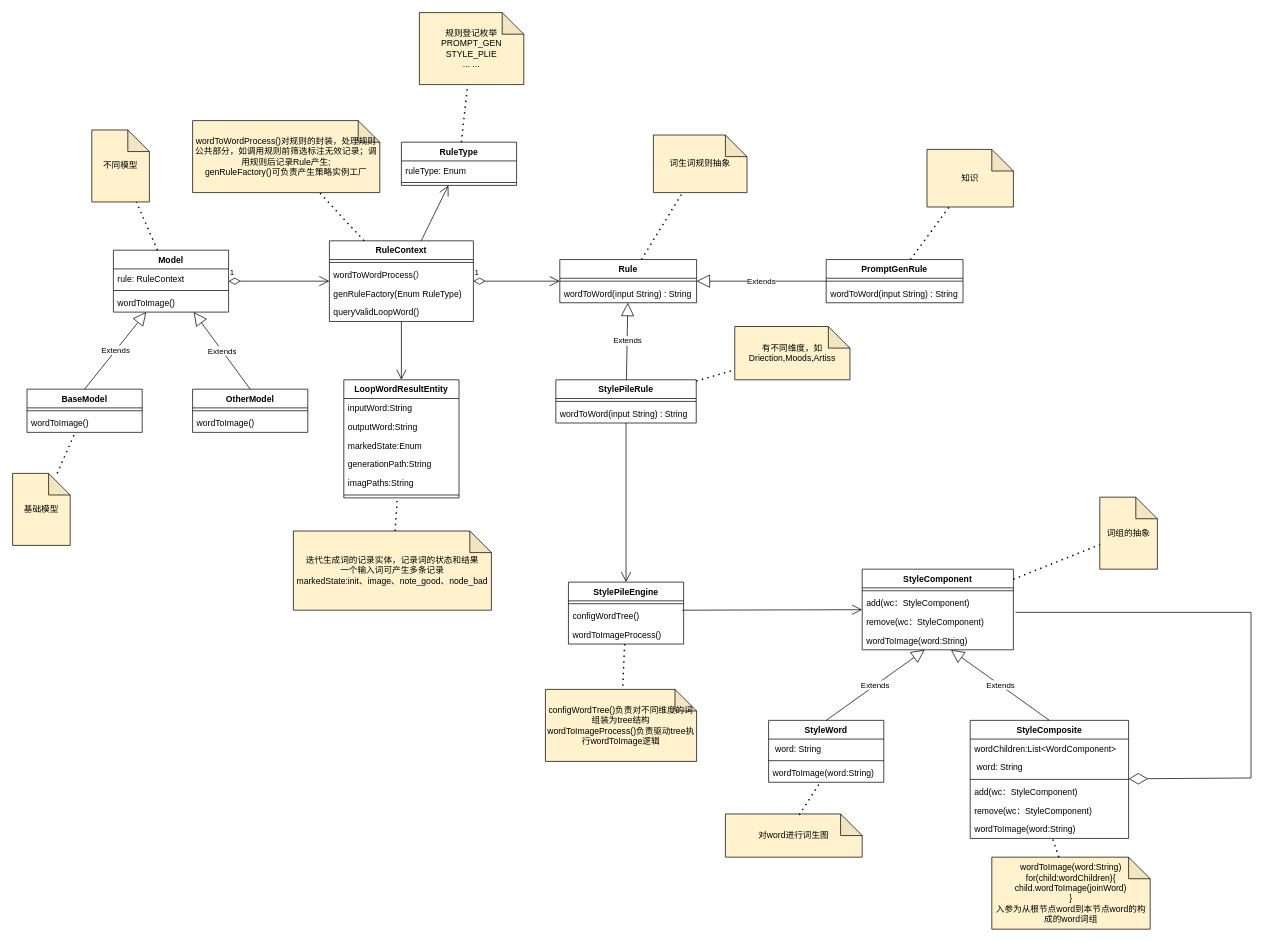
Before: AI词生图优化第二版.drawio in milletzhu/datasource, a draw.io diagram. Source tidied: cells renumbered, new cells numbered last; positions are measured from the earlier drawing's top-left corner, leaving out a move shared by most shapes. Both pictures are drawn from the tidied source at 72%, with x=0, y=0 at pixel (12, 12).
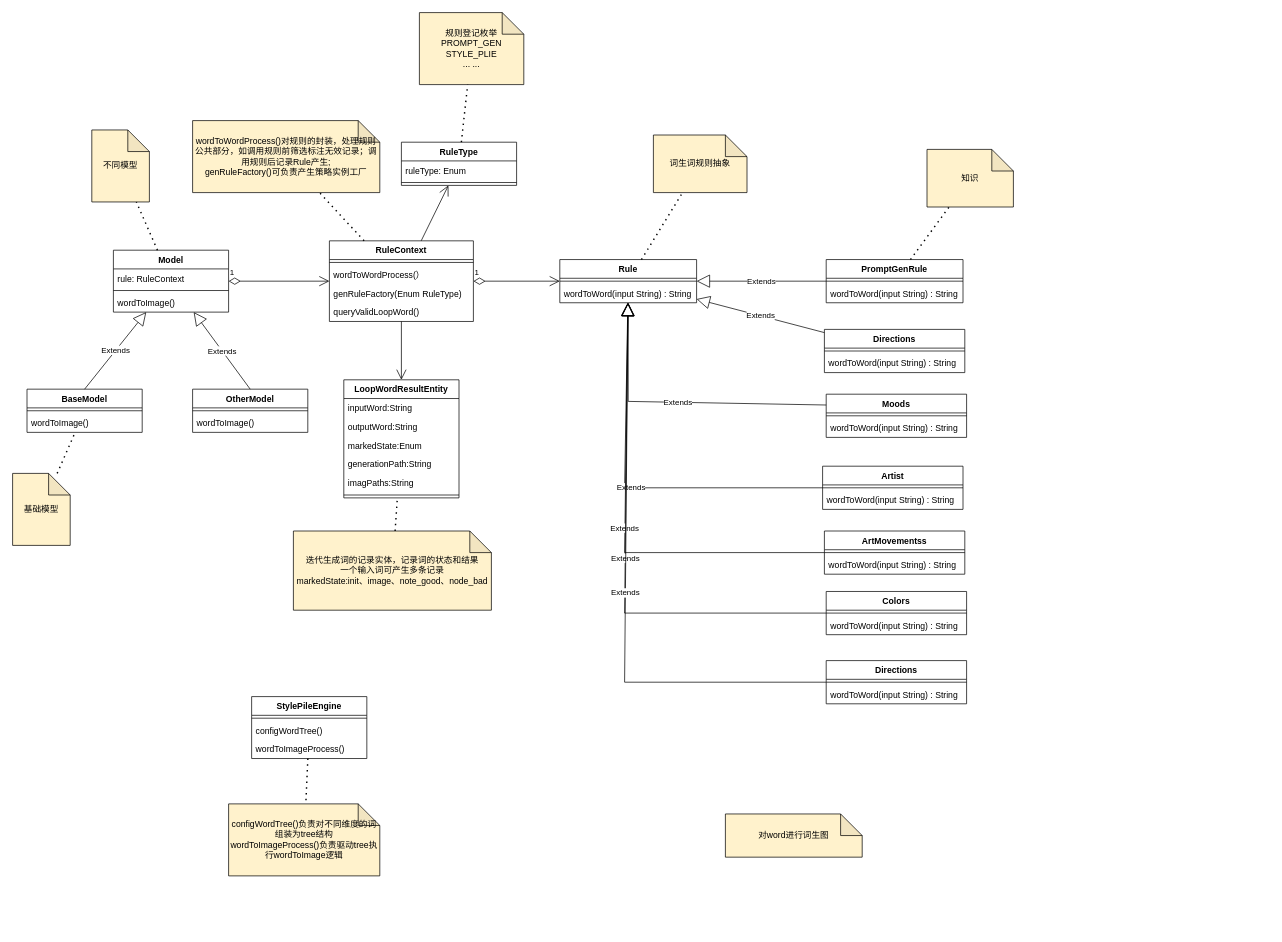
The same diagram, later.

Commit message (it also covers changes not shown here):
更新AI词生图优化第二版.drawio

The change refers to these unchanged cells:
```xml
<mxCell id="24" value="对word进行词生图" style="shape=note;whiteSpace=wrap;html=1;backgroundOutline=1;darkOpacity=0.05;fillColor=#FFF2CC;" parent="1" vertex="1">
  <mxGeometry x="990" y="1113" width="190" height="60" as="geometry" />
</mxCell>
<mxCell id="46" value="Rule" style="swimlane;fontStyle=1;align=center;verticalAlign=top;horizontal=1;startSize=26;" parent="1" vertex="1">
  <mxGeometry x="760" y="343" width="190" height="60" as="geometry" />
</mxCell>
```

The edit, as a diff of the source:
```diff
@@
-    <mxCell id="2" value="StyleComponent" style="swimlane;fontStyle=1;align=center;verticalAlign=top;horizontal=1;startSize=26;" parent="1" vertex="1">
-      <mxGeometry x="1180" y="773" width="210" height="112" as="geometry" />
-    </mxCell>
-    <mxCell id="3" style="line;strokeWidth=1;fillColor=none;align=left;verticalAlign=middle;spacingTop=-1;spacingLeft=3;spacingRight=3;labelPosition=right;strokeColor=inherit;" parent="2" vertex="1">
-      <mxGeometry y="26" width="210" height="8" as="geometry" />
-    </mxCell>
-    <mxCell id="4" value="add(wc：StyleComponent)" style="text;strokeColor=none;fillColor=none;align=left;verticalAlign=top;spacingLeft=4;spacingRight=4;overflow=hidden;" parent="2" vertex="1">
-      <mxGeometry y="34" width="210" height="26" as="geometry" />
-    </mxCell>
-    <mxCell id="5" value="remove(wc：StyleComponent)" style="text;strokeColor=none;fillColor=none;align=left;verticalAlign=top;spacingLeft=4;spacingRight=4;overflow=hidden;points=[[0,0.5],[1,0.5]];portConstraint=eastwest;" parent="2" vertex="1">
-      <mxGeometry y="60" width="210" height="26" as="geometry" />
-    </mxCell>
-    <mxCell id="6" value="wordToImage(word:String)" style="text;strokeColor=none;fillColor=none;align=left;verticalAlign=top;spacingLeft=4;spacingRight=4;overflow=hidden;" parent="2" vertex="1">
-      <mxGeometry y="86" width="210" height="26" as="geometry" />
-    </mxCell>
-    <mxCell id="7" value="词组的抽象" style="shape=note;whiteSpace=wrap;html=1;backgroundOutline=1;darkOpacity=0.05;fillColor=#FFF2CC;" parent="1" vertex="1">
-      <mxGeometry x="1510" y="673" width="80" height="100" as="geometry" />
-    </mxCell>
-    <mxCell id="8" style="endArrow=none;dashed=1;html=1;dashPattern=1 3;strokeWidth=2;rounded=0;" parent="1" edge="1" source="2" target="7">
-      <mxGeometry relative="1" as="geometry" />
-    </mxCell>
-    <mxCell id="9" value="StyleWord" style="swimlane;fontStyle=1;align=center;verticalAlign=top;horizontal=1;startSize=26;" parent="1" vertex="1">
-      <mxGeometry x="1050" y="983" width="160" height="86" as="geometry" />
-    </mxCell>
-    <mxCell id="10" value=" word: String" style="text;strokeColor=none;fillColor=none;align=left;verticalAlign=top;spacingLeft=4;spacingRight=4;overflow=hidden;" parent="9" vertex="1">
-      <mxGeometry y="26" width="160" height="26" as="geometry" />
-    </mxCell>
-    <mxCell id="11" style="line;strokeWidth=1;fillColor=none;align=left;verticalAlign=middle;spacingTop=-1;spacingLeft=3;spacingRight=3;labelPosition=right;strokeColor=inherit;" parent="9" vertex="1">
-      <mxGeometry y="52" width="160" height="8" as="geometry" />
-    </mxCell>
-    <mxCell id="12" value="wordToImage(word:String)" style="text;strokeColor=none;fillColor=none;align=left;verticalAlign=top;spacingLeft=4;spacingRight=4;overflow=hidden;points=[[0,0.5],[1,0.5]];portConstraint=eastwest;" parent="9" vertex="1">
-      <mxGeometry y="60" width="160" height="26" as="geometry" />
-    </mxCell>
-    <mxCell id="13" value="Extends" style="endArrow=block;endSize=16;endFill=0;html=1;rounded=0;exitX=0.5;exitY=0;exitDx=0;exitDy=0;" parent="1" edge="1" source="9">
-      <mxGeometry relative="1" as="geometry">
-        <mxPoint x="1266.8" y="885" as="targetPoint" />
-      </mxGeometry>
-    </mxCell>
-    <mxCell id="14" value="StyleComposite" style="swimlane;fontStyle=1;align=center;verticalAlign=top;horizontal=1;startSize=26;" parent="1" vertex="1">
-      <mxGeometry x="1330" y="983" width="220" height="164" as="geometry" />
-    </mxCell>
-    <mxCell id="15" value="wordChildren:List&lt;WordComponent&gt;" style="text;strokeColor=none;fillColor=none;align=left;verticalAlign=top;spacingLeft=4;spacingRight=4;overflow=hidden;" parent="14" vertex="1">
-      <mxGeometry y="26" width="220" height="26" as="geometry" />
-    </mxCell>
-    <mxCell id="16" value=" word: String" style="text;strokeColor=none;fillColor=none;align=left;verticalAlign=top;spacingLeft=4;spacingRight=4;overflow=hidden;" parent="14" vertex="1">
-      <mxGeometry y="52" width="220" height="26" as="geometry" />
-    </mxCell>
-    <mxCell id="17" style="line;strokeWidth=1;fillColor=none;align=left;verticalAlign=middle;spacingTop=-1;spacingLeft=3;spacingRight=3;labelPosition=right;strokeColor=inherit;" parent="14" vertex="1">
-      <mxGeometry y="78" width="220" height="8" as="geometry" />
-    </mxCell>
-    <mxCell id="18" value="add(wc：StyleComponent)" style="text;strokeColor=none;fillColor=none;align=left;verticalAlign=top;spacingLeft=4;spacingRight=4;overflow=hidden;" parent="14" vertex="1">
-      <mxGeometry y="86" width="220" height="26" as="geometry" />
-    </mxCell>
-    <mxCell id="19" value="remove(wc：StyleComponent)" style="text;strokeColor=none;fillColor=none;align=left;verticalAlign=top;spacingLeft=4;spacingRight=4;overflow=hidden;" parent="14" vertex="1">
-      <mxGeometry y="112" width="220" height="26" as="geometry" />
-    </mxCell>
-    <mxCell id="20" value="wordToImage(word:String)" style="text;strokeColor=none;fillColor=none;align=left;verticalAlign=top;spacingLeft=4;spacingRight=4;overflow=hidden;points=[[0,0.5],[1,0.5]];portConstraint=eastwest;" parent="14" vertex="1">
-      <mxGeometry y="138" width="220" height="26" as="geometry" />
-    </mxCell>
-    <mxCell id="21" value="Extends" style="endArrow=block;endSize=16;endFill=0;html=1;rounded=0;exitX=0.5;exitY=0;exitDx=0;exitDy=0;" parent="1" edge="1" source="14">
-      <mxGeometry relative="1" as="geometry">
-        <mxPoint x="1303.2" y="885" as="targetPoint" />
-      </mxGeometry>
-    </mxCell>
-    <mxCell id="22" value="wordToImage(word:String)&lt;br&gt;for(child:wordChildren){&lt;br&gt;child.wordToImage(joinWord)&lt;br&gt;}&lt;br&gt;入参为从根节点word到本节点word的构成的word词组" style="shape=note;whiteSpace=wrap;html=1;backgroundOutline=1;darkOpacity=0.05;fillColor=#FFF2CC;" parent="1" vertex="1">
-      <mxGeometry x="1360" y="1173" width="220" height="100" as="geometry" />
-    </mxCell>
-    <mxCell id="23" style="endArrow=none;dashed=1;html=1;dashPattern=1 3;strokeWidth=2;rounded=0;" parent="1" edge="1" source="22" target="20">
-      <mxGeometry relative="1" as="geometry" />
-    </mxCell>
@@
-    <mxCell id="25" style="endArrow=none;dashed=1;html=1;dashPattern=1 3;strokeWidth=2;rounded=0;exitX=0.54;exitY=0.02;exitDx=0;exitDy=0;exitPerimeter=0;" parent="1" edge="1" source="24" target="12">
-      <mxGeometry relative="1" as="geometry" />
-    </mxCell>
-    <mxCell id="26" style="endArrow=diamondThin;endFill=0;endSize=24;html=1;rounded=0;exitX=1.014;exitY=0;exitDx=0;exitDy=0;exitPerimeter=0;" parent="1" edge="1" source="5" target="14">
-      <mxGeometry relative="1" as="geometry">
-        <Array as="points">
-          <mxPoint x="1720" y="833" />
-          <mxPoint x="1720" y="1063" />
-        </Array>
-      </mxGeometry>
-    </mxCell>
     <mxCell id="27" value="StylePileEngine" style="swimlane;fontStyle=1;align=center;verticalAlign=top;horizontal=1;startSize=26;" parent="1" vertex="1">
-      <mxGeometry x="772" y="791" width="160" height="86" as="geometry" />
+      <mxGeometry x="332" y="950" width="160" height="86" as="geometry" />
     </mxCell>
@@
-    <mxCell id="31" style="endArrow=open;endFill=1;endSize=12;html=1;rounded=0;exitX=1;exitY=0.5;exitDx=0;exitDy=0;" parent="1" edge="1" target="2">
-      <mxGeometry relative="1" as="geometry">
-        <mxPoint x="930" y="830" as="sourcePoint" />
-      </mxGeometry>
-    </mxCell>
     <mxCell id="32" value="configWordTree()负责对不同维度的词组装为tree结构&lt;br&gt;wordToImageProcess()负责驱动tree执行wordToImage逻辑" style="shape=note;whiteSpace=wrap;html=1;backgroundOutline=1;darkOpacity=0.05;fillColor=#FFF2CC;" parent="1" vertex="1">
-      <mxGeometry x="740" y="940" width="210" height="100" as="geometry" />
+      <mxGeometry x="300" y="1099" width="210" height="100" as="geometry" />
     </mxCell>
@@
-    <mxCell id="50" value="StylePileRule" style="swimlane;fontStyle=1;align=center;verticalAlign=top;horizontal=1;startSize=26;" parent="1" vertex="1">
-      <mxGeometry x="754.5" y="510" width="195" height="60" as="geometry" />
+    <mxCell id="50" value="Directions" style="swimlane;fontStyle=1;align=center;verticalAlign=top;horizontal=1;startSize=26;" parent="1" vertex="1">
+      <mxGeometry x="1127.5" y="440" width="195" height="60" as="geometry" />
     </mxCell>
@@
-    <mxCell id="56" value="Extends" style="endArrow=block;endSize=16;endFill=0;html=1;rounded=0;" parent="1" edge="1" source="50" target="46">
-      <mxGeometry relative="1" as="geometry" />
-    </mxCell>
@@
-    <mxCell id="62" value="有不同维度，如Driection,Moods,Artiss" style="shape=note;whiteSpace=wrap;html=1;backgroundOutline=1;darkOpacity=0.05;fillColor=#FFF2CC;" parent="1" vertex="1">
-      <mxGeometry x="1003" y="436" width="160" height="74" as="geometry" />
-    </mxCell>
-    <mxCell id="63" style="endArrow=none;dashed=1;html=1;dashPattern=1 3;strokeWidth=2;rounded=0;" parent="1" edge="1" source="50" target="62">
-      <mxGeometry relative="1" as="geometry" />
-    </mxCell>
-    <mxCell id="64" style="endArrow=open;endFill=1;endSize=12;html=1;rounded=0;" parent="1" edge="1" source="50" target="27">
-      <mxGeometry relative="1" as="geometry" />
-    </mxCell>
@@
+    <mxCell id="93" value="Moods" style="swimlane;fontStyle=1;align=center;verticalAlign=top;horizontal=1;startSize=26;" parent="1" vertex="1">
+      <mxGeometry x="1130" y="530" width="195" height="60" as="geometry" />
+    </mxCell>
+    <mxCell id="94" style="line;strokeWidth=1;fillColor=none;align=left;verticalAlign=middle;spacingTop=-1;spacingLeft=3;spacingRight=3;labelPosition=right;strokeColor=inherit;" parent="93" vertex="1">
+      <mxGeometry y="26" width="195" height="8" as="geometry" />
+    </mxCell>
+    <mxCell id="95" value="wordToWord(input String) : String" style="text;strokeColor=none;fillColor=none;align=left;verticalAlign=top;spacingLeft=4;spacingRight=4;overflow=hidden;" parent="93" vertex="1">
+      <mxGeometry y="34" width="195" height="26" as="geometry" />
+    </mxCell>
+    <mxCell id="96" value="Artist" style="swimlane;fontStyle=1;align=center;verticalAlign=top;horizontal=1;startSize=26;" parent="1" vertex="1">
+      <mxGeometry x="1125" y="630" width="195" height="60" as="geometry" />
+    </mxCell>
+    <mxCell id="97" style="line;strokeWidth=1;fillColor=none;align=left;verticalAlign=middle;spacingTop=-1;spacingLeft=3;spacingRight=3;labelPosition=right;strokeColor=inherit;" parent="96" vertex="1">
+      <mxGeometry y="26" width="195" height="8" as="geometry" />
+    </mxCell>
+    <mxCell id="98" value="wordToWord(input String) : String" style="text;strokeColor=none;fillColor=none;align=left;verticalAlign=top;spacingLeft=4;spacingRight=4;overflow=hidden;" parent="96" vertex="1">
+      <mxGeometry y="34" width="195" height="26" as="geometry" />
+    </mxCell>
+    <mxCell id="99" value="ArtMovementss" style="swimlane;fontStyle=1;align=center;verticalAlign=top;horizontal=1;startSize=26;" parent="1" vertex="1">
+      <mxGeometry x="1127.5" y="720" width="195" height="60" as="geometry" />
+    </mxCell>
+    <mxCell id="100" style="line;strokeWidth=1;fillColor=none;align=left;verticalAlign=middle;spacingTop=-1;spacingLeft=3;spacingRight=3;labelPosition=right;strokeColor=inherit;" parent="99" vertex="1">
+      <mxGeometry y="26" width="195" height="8" as="geometry" />
+    </mxCell>
+    <mxCell id="101" value="wordToWord(input String) : String" style="text;strokeColor=none;fillColor=none;align=left;verticalAlign=top;spacingLeft=4;spacingRight=4;overflow=hidden;" parent="99" vertex="1">
+      <mxGeometry y="34" width="195" height="26" as="geometry" />
+    </mxCell>
+    <mxCell id="102" value="Colors" style="swimlane;fontStyle=1;align=center;verticalAlign=top;horizontal=1;startSize=26;" parent="1" vertex="1">
+      <mxGeometry x="1130" y="804" width="195" height="60" as="geometry" />
+    </mxCell>
+    <mxCell id="103" style="line;strokeWidth=1;fillColor=none;align=left;verticalAlign=middle;spacingTop=-1;spacingLeft=3;spacingRight=3;labelPosition=right;strokeColor=inherit;" parent="102" vertex="1">
+      <mxGeometry y="26" width="195" height="8" as="geometry" />
+    </mxCell>
+    <mxCell id="104" value="wordToWord(input String) : String" style="text;strokeColor=none;fillColor=none;align=left;verticalAlign=top;spacingLeft=4;spacingRight=4;overflow=hidden;" parent="102" vertex="1">
+      <mxGeometry y="34" width="195" height="26" as="geometry" />
+    </mxCell>
+    <mxCell id="105" value="Directions" style="swimlane;fontStyle=1;align=center;verticalAlign=top;horizontal=1;startSize=26;" parent="1" vertex="1">
+      <mxGeometry x="1130" y="900" width="195" height="60" as="geometry" />
+    </mxCell>
+    <mxCell id="106" style="line;strokeWidth=1;fillColor=none;align=left;verticalAlign=middle;spacingTop=-1;spacingLeft=3;spacingRight=3;labelPosition=right;strokeColor=inherit;" parent="105" vertex="1">
+      <mxGeometry y="26" width="195" height="8" as="geometry" />
+    </mxCell>
+    <mxCell id="107" value="wordToWord(input String) : String" style="text;strokeColor=none;fillColor=none;align=left;verticalAlign=top;spacingLeft=4;spacingRight=4;overflow=hidden;" parent="105" vertex="1">
+      <mxGeometry y="34" width="195" height="26" as="geometry" />
+    </mxCell>
+    <mxCell id="56" value="Extends" style="endArrow=block;endSize=16;endFill=0;html=1;rounded=0;" parent="1" edge="1" source="50" target="46">
+      <mxGeometry relative="1" as="geometry" />
+    </mxCell>
+    <mxCell id="108" value="Extends" style="endArrow=block;endSize=16;endFill=0;html=1;rounded=0;exitX=0;exitY=0.25;exitDx=0;exitDy=0;" parent="1" edge="1" source="93" target="46">
+      <mxGeometry relative="1" as="geometry">
+        <Array as="points">
+          <mxPoint x="855" y="540" />
+        </Array>
+      </mxGeometry>
+    </mxCell>
+    <mxCell id="109" value="Extends" style="endArrow=block;endSize=16;endFill=0;html=1;rounded=0;" parent="1" edge="1" source="96" target="46">
+      <mxGeometry relative="1" as="geometry">
+        <Array as="points">
+          <mxPoint x="850" y="660" />
+        </Array>
+      </mxGeometry>
+    </mxCell>
+    <mxCell id="110" value="Extends" style="endArrow=block;endSize=16;endFill=0;html=1;rounded=0;" parent="1" edge="1" source="99" target="46">
+      <mxGeometry relative="1" as="geometry">
+        <Array as="points">
+          <mxPoint x="850" y="750" />
+        </Array>
+      </mxGeometry>
+    </mxCell>
+    <mxCell id="111" value="Extends" style="endArrow=block;endSize=16;endFill=0;html=1;rounded=0;" parent="1" edge="1" source="102" target="46">
+      <mxGeometry relative="1" as="geometry">
+        <Array as="points">
+          <mxPoint x="850" y="834" />
+        </Array>
+      </mxGeometry>
+    </mxCell>
+    <mxCell id="112" value="Extends" style="endArrow=block;endSize=16;endFill=0;html=1;rounded=0;" parent="1" edge="1" source="105" target="46">
+      <mxGeometry relative="1" as="geometry">
+        <Array as="points">
+          <mxPoint x="850" y="930" />
+        </Array>
+      </mxGeometry>
+    </mxCell>
```
